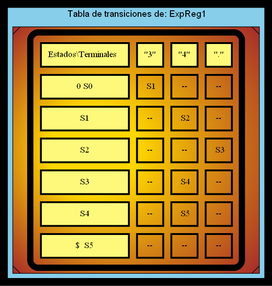
Before: TRANSICIONES_202000119/TransicionesExpReg1.png, a diagram exported from Graphviz (SergieArizandieta/OLC1-P1-202000119). Its source is kept beside it as TRANSICIONES_202000119/TransicionesExpReg1.dot.
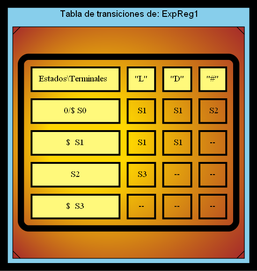
Above is the later version.

Diff of the diagram source:
```diff
@@ -8,42 +8,30 @@
   <TABLE border="10" cellspacing="10" cellpadding="10" style="rounded" gradientangle="315">
   <TR>
       <TD border="3" bgcolor="#FFF97B">Estados\Terminales  </TD>
-      <TD border="3" bgcolor="#FFF97B">"3"</TD>
-      <TD border="3" bgcolor="#FFF97B">"4"</TD>
-      <TD border="3" bgcolor="#FFF97B">"."</TD>
+      <TD border="3" bgcolor="#FFF97B">"L"</TD>
+      <TD border="3" bgcolor="#FFF97B">"D"</TD>
+      <TD border="3" bgcolor="#FFF97B">"#"</TD>
   </TR>
   <TR>
-      <TD border="3" bgcolor="#FFF97B">0 S0</TD>
+      <TD border="3" bgcolor="#FFF97B">0/$ S0</TD>
       <TD border="3" > S1</TD>
+      <TD border="3" > S1</TD>
+      <TD border="3" > S2</TD>
+  </TR>
+  <TR>
+      <TD border="3" bgcolor="#FFF97B">$  S1</TD>
+      <TD border="3" > S1</TD>
+      <TD border="3" > S1</TD>
+      <TD border="3" > -- </TD>
+  </TR>
+  <TR>
+      <TD border="3" bgcolor="#FFF97B">S2</TD>
+      <TD border="3" > S3</TD>
       <TD border="3" > -- </TD>
       <TD border="3" > -- </TD>
   </TR>
   <TR>
-      <TD border="3" bgcolor="#FFF97B">S1</TD>
-      <TD border="3" > -- </TD>
-      <TD border="3" > S2</TD>
-      <TD border="3" > -- </TD>
-  </TR>
-  <TR>
-      <TD border="3" bgcolor="#FFF97B">S2</TD>
-      <TD border="3" > -- </TD>
-      <TD border="3" > -- </TD>
-      <TD border="3" > S3</TD>
-  </TR>
-  <TR>
-      <TD border="3" bgcolor="#FFF97B">S3</TD>
-      <TD border="3" > -- </TD>
-      <TD border="3" > S4</TD>
-      <TD border="3" > -- </TD>
-  </TR>
-  <TR>
-      <TD border="3" bgcolor="#FFF97B">S4</TD>
-      <TD border="3" > -- </TD>
-      <TD border="3" > S5</TD>
-      <TD border="3" > -- </TD>
-  </TR>
-  <TR>
-      <TD border="3" bgcolor="#FFF97B">$  S5</TD>
+      <TD border="3" bgcolor="#FFF97B">$  S3</TD>
       <TD border="3" > -- </TD>
       <TD border="3" > -- </TD>
       <TD border="3" > -- </TD>
```
